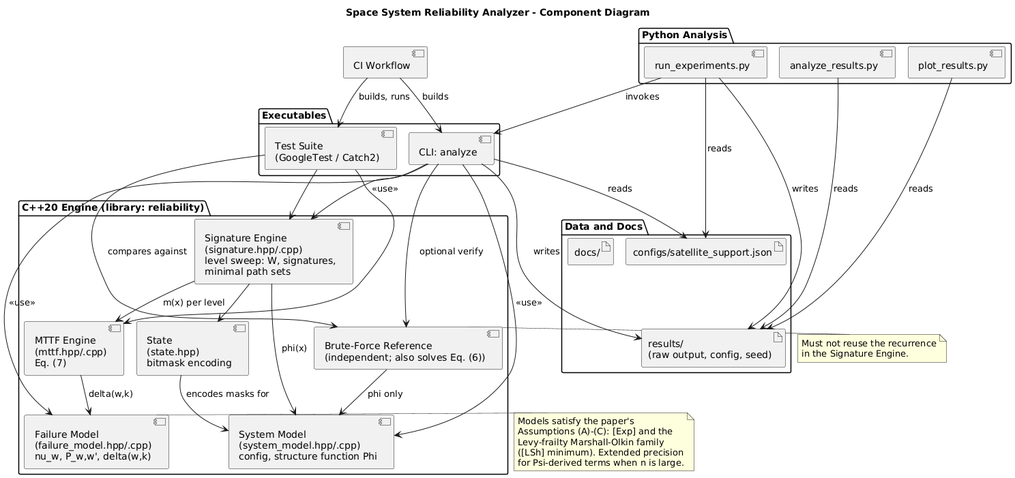
Before: docs/uml/component.png, a diagram exported from PlantUML (giba12/Systems-With-Simultaneous-Failures).
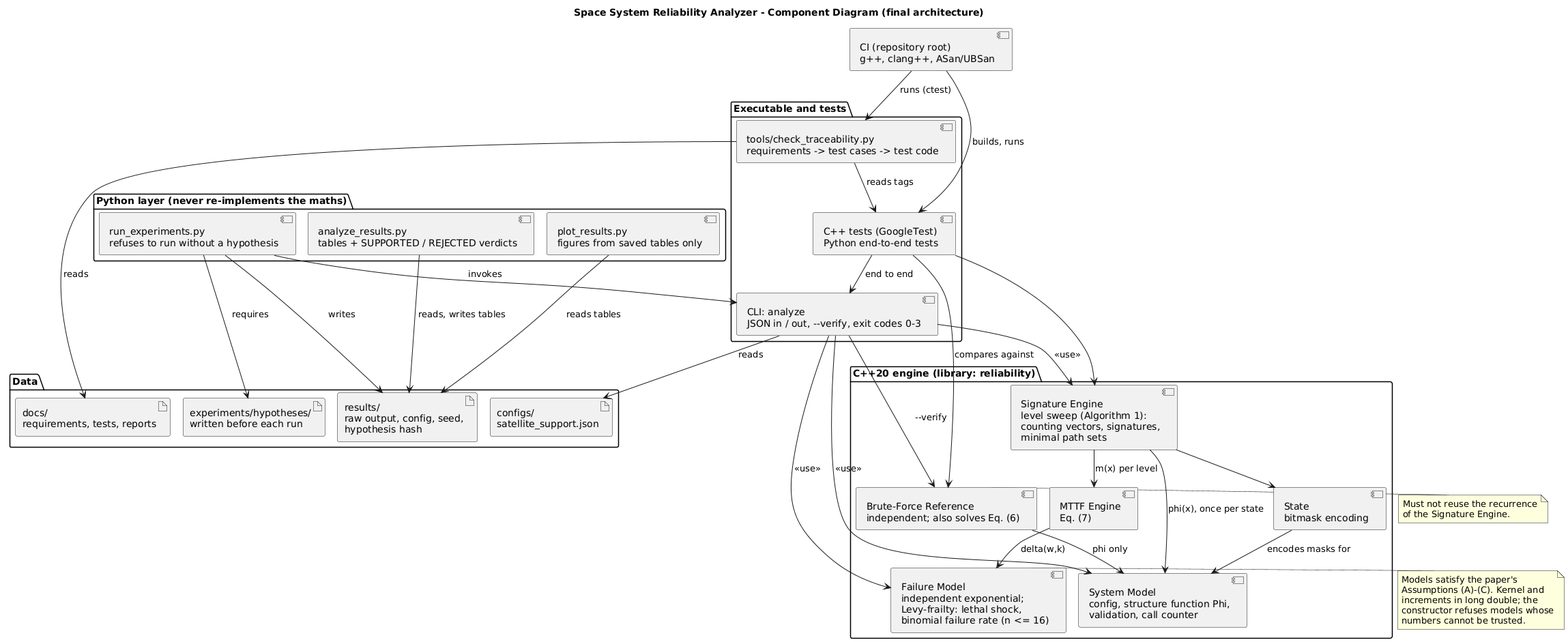
The same file after the commit.

Change to the diagram source:
```diff
@@ -1,76 +1,77 @@
 @startuml component
 !pragma layout smetana
-title Space System Reliability Analyzer - Component Diagram
+title Space System Reliability Analyzer - Component Diagram (final architecture)
 skinparam componentStyle uml2
 skinparam nodesep 40
 skinparam ranksep 60
 
-package "Python Analysis" {
-  component "run_experiments.py" as RUN
-  component "analyze_results.py" as ANA
-  component "plot_results.py" as PLOT
+package "Python layer (never re-implements the maths)" {
+  component "run_experiments.py\nrefuses to run without a hypothesis" as RUN
+  component "analyze_results.py\ntables + SUPPORTED / REJECTED verdicts" as ANA
+  component "plot_results.py\nfigures from saved tables only" as PLOT
 }
 
-package "Executables" {
-  component "CLI: analyze" as CLI
-  component "Test Suite\n(GoogleTest / Catch2)" as TESTS
+package "Executable and tests" {
+  component "CLI: analyze\nJSON in / out, --verify, exit codes 0-3" as CLI
+  component "C++ tests (GoogleTest)\nPython end-to-end tests" as TESTS
+  component "tools/check_traceability.py\nrequirements -> test cases -> test code" as TRACE
 }
 
-package "C++20 Engine (library: reliability)" {
-  component "System Model\n(system_model.hpp/.cpp)\nconfig, structure function Phi" as SM
-  component "State\n(state.hpp)\nbitmask encoding" as ST
-  component "Signature Engine\n(signature.hpp/.cpp)\nlevel sweep: W, signatures,\nminimal path sets" as SIG
-  component "Failure Model\n(failure_model.hpp/.cpp)\nnu_w, P_w,w', delta(w,k)" as FM
-  component "MTTF Engine\n(mttf.hpp/.cpp)\nEq. (7)" as MTTF
-  component "Brute-Force Reference\n(independent; also solves Eq. (6))" as REF
+package "C++20 engine (library: reliability)" {
+  component "System Model\nconfig, structure function Phi,\nvalidation, call counter" as SM
+  component "State\nbitmask encoding" as ST
+  component "Signature Engine\nlevel sweep (Algorithm 1):\ncounting vectors, signatures,\nminimal path sets" as SIG
+  component "Failure Model\nindependent exponential;\nLevy-frailty: lethal shock,\nbinomial failure rate (n <= 16)" as FM
+  component "MTTF Engine\nEq. (7)" as MTTF
+  component "Brute-Force Reference\nindependent; also solves Eq. (6)" as REF
 }
 
-package "Data and Docs" {
-  artifact "configs/satellite_support.json" as CFG
-  artifact "results/\n(raw output, config, seed)" as RES
-  artifact "docs/" as DOCS
+package "Data" {
+  artifact "configs/\nsatellite_support.json" as CFG
+  artifact "experiments/hypotheses/\nwritten before each run" as HYP
+  artifact "results/\nraw output, config, seed,\nhypothesis hash" as RES
+  artifact "docs/\nrequirements, tests, reports" as DOCS
 }
 
-component "CI Workflow" as CI
+component "CI (repository root)\ng++, clang++, ASan/UBSan" as CI
 
 RUN -down-> CLI : invokes
-RUN -down-> CFG : reads
+RUN -down-> HYP : requires
 RUN -down-> RES : writes
-ANA -down-> RES : reads
-PLOT -down-> RES : reads
+ANA -down-> RES : reads, writes tables
+PLOT -down-> RES : reads tables
 
 CI -down-> TESTS : builds, runs
-CI -down-> CLI : builds
+CI -down-> TRACE : runs (ctest)
+TRACE -down-> DOCS : reads
+TRACE -down-> TESTS : reads tags
 
 CLI -down-> SM : <<use>>
 CLI -down-> SIG : <<use>>
 CLI -down-> FM : <<use>>
-CLI -down-> REF : optional verify
+CLI -down-> REF : --verify
 CLI -down-> CFG : reads
-CLI -down-> RES : writes
 TESTS -down-> SIG
-TESTS -down-> MTTF
 TESTS -down-> REF : compares against
+TESTS -down-> CLI : end to end
 
-SIG -down-> SM : phi(x)
+SIG -down-> SM : phi(x), once per state
 SIG -down-> ST
 SIG -down-> MTTF : m(x) per level
 MTTF -down-> FM : delta(w,k)
 REF -down-> SM : phi only
 ST -down-> SM : encodes masks for
 
-DOCS -[hidden]down-> RES
-
 note right of FM
   Models satisfy the paper's
-  Assumptions (A)-(C): [Exp] and the
-  Levy-frailty Marshall-Olkin family
-  ([LSh] minimum). Extended precision
-  for Psi-derived terms when n is large.
+  Assumptions (A)-(C). Kernel and
+  increments in long double; the
+  constructor refuses models whose
+  numbers cannot be trusted.
 end note
 
 note right of REF
   Must not reuse the recurrence
-  in the Signature Engine.
+  of the Signature Engine.
 end note
 @enduml
```
